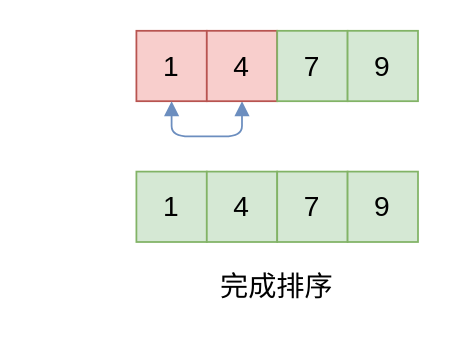
This is src/array/sort/assets/bubble-sort-pass3.drawio from XuShaohua/TheAlgorithms, a draw.io file, before an edit. Source tidied: cells renumbered, new cells numbered last; positions are measured from the earlier drawing's top-left corner, leaving out a move shared by most shapes. Both pictures are drawn from the tidied source at 176%, with x=0, y=0 at pixel (136, 30).
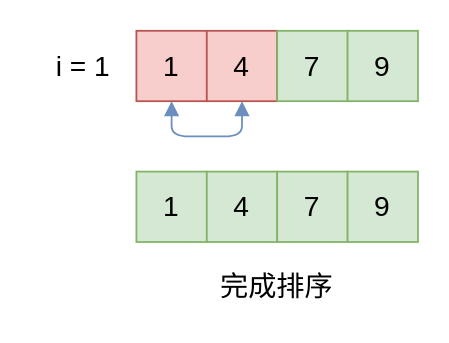
Above is the later version.

Commit message (it also covers changes not shown here):
sort: Add bubble sort steps

What changed in the source:
```diff
@@
 <mxGraphModel>
   <root>
     <mxCell id="0" />
     <mxCell id="1" parent="0" />
     <mxCell id="2" style="edgeStyle=orthogonalEdgeStyle;rounded=1;orthogonalLoop=1;jettySize=auto;html=1;shadow=0;strokeColor=#6c8ebf;strokeWidth=1;fontFamily=Ubuntu;fontSize=14;fontStyle=0;endArrow=block;endFill=1;fillColor=#dae8fc;entryX=0.5;entryY=1;entryDx=0;entryDy=0;exitX=0.5;exitY=1;exitDx=0;exitDy=0;startArrow=block;startFill=1;" parent="1" edge="1">
       <mxGeometry relative="1" as="geometry">
         <mxPoint x="60" y="40" as="targetPoint" />
       </mxGeometry>
     </mxCell>
     <mxCell id="3" value="1" style="rounded=0;whiteSpace=wrap;html=1;shadow=0;strokeColor=#82b366;strokeWidth=1;fontFamily=Ubuntu;fontSize=16;fontStyle=0;fillColor=#d5e8d4;" parent="1" vertex="1">
       <mxGeometry y="80" width="40" height="40" as="geometry" />
     </mxCell>
     <mxCell id="4" value="4" style="rounded=0;whiteSpace=wrap;html=1;shadow=0;strokeColor=#82b366;strokeWidth=1;fontFamily=Ubuntu;fontSize=16;fontStyle=0;fillColor=#d5e8d4;" parent="1" vertex="1">
       <mxGeometry x="40" y="80" width="40" height="40" as="geometry" />
     </mxCell>
     <mxCell id="5" value="7" style="rounded=0;whiteSpace=wrap;html=1;shadow=0;strokeColor=#82b366;strokeWidth=1;fontFamily=Ubuntu;fontSize=16;fontStyle=0;fillColor=#d5e8d4;" parent="1" vertex="1">
       <mxGeometry x="80" y="80" width="40" height="40" as="geometry" />
     </mxCell>
     <mxCell id="6" value="9" style="rounded=0;whiteSpace=wrap;html=1;shadow=0;strokeColor=#82b366;strokeWidth=1;fontFamily=Ubuntu;fontSize=16;fontStyle=0;fillColor=#d5e8d4;" parent="1" vertex="1">
       <mxGeometry x="120" y="80" width="40" height="40" as="geometry" />
     </mxCell>
     <mxCell id="7" value="完成排序" style="text;html=1;align=center;verticalAlign=middle;whiteSpace=wrap;rounded=0;fontFamily=Ubuntu;fontSize=16;fontStyle=0;" parent="1" vertex="1">
       <mxGeometry x="40" y="130" width="80" height="30" as="geometry" />
     </mxCell>
     <mxCell id="8" value="1" style="rounded=0;whiteSpace=wrap;html=1;shadow=0;strokeColor=#b85450;strokeWidth=1;fontFamily=Ubuntu;fontSize=16;fontStyle=0;fillColor=#f8cecc;" parent="1" vertex="1">
       <mxGeometry width="40" height="40" as="geometry" />
     </mxCell>
     <mxCell id="9" style="edgeStyle=orthogonalEdgeStyle;rounded=1;jettySize=auto;html=1;entryX=0.5;entryY=1;entryDx=0;entryDy=0;shadow=0;strokeColor=#6c8ebf;strokeWidth=1;fontFamily=Ubuntu;fontSize=14;fontStyle=0;endArrow=block;endFill=1;fillColor=#dae8fc;exitX=0.5;exitY=1;exitDx=0;exitDy=0;startArrow=block;startFill=1;" parent="1" edge="1" source="10" target="8">
       <mxGeometry relative="1" as="geometry" />
     </mxCell>
     <mxCell id="10" value="4" style="rounded=0;whiteSpace=wrap;html=1;shadow=0;strokeColor=#b85450;strokeWidth=1;fontFamily=Ubuntu;fontSize=16;fontStyle=0;fillColor=#f8cecc;" parent="1" vertex="1">
       <mxGeometry x="40" width="40" height="40" as="geometry" />
     </mxCell>
     <mxCell id="11" value="7" style="rounded=0;whiteSpace=wrap;html=1;shadow=0;strokeColor=#82b366;strokeWidth=1;fontFamily=Ubuntu;fontSize=16;fontStyle=0;fillColor=#d5e8d4;" parent="1" vertex="1">
       <mxGeometry x="80" width="40" height="40" as="geometry" />
     </mxCell>
     <mxCell id="12" value="9" style="rounded=0;whiteSpace=wrap;html=1;shadow=0;strokeColor=#82b366;strokeWidth=1;fontFamily=Ubuntu;fontSize=16;fontStyle=0;fillColor=#d5e8d4;" parent="1" vertex="1">
       <mxGeometry x="120" width="40" height="40" as="geometry" />
     </mxCell>
+    <mxCell id="13" value="i = 1" style="text;html=1;align=center;verticalAlign=middle;whiteSpace=wrap;rounded=0;fontFamily=Ubuntu;fontSize=16;fontStyle=0;" parent="1" vertex="1">
+      <mxGeometry x="-60" y="5" width="60" height="30" as="geometry" />
+    </mxCell>
   </root>
 </mxGraphModel>
```
